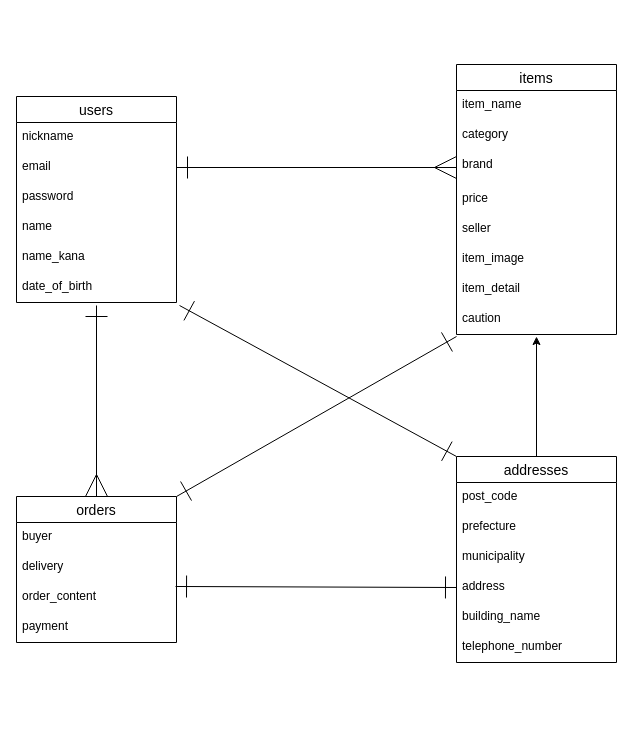
This is furima.dio from yauyouyou/furima-39451, a draw.io file, before an edit. Source tidied: cells renumbered, new cells numbered last; positions are measured from the earlier drawing's top-left corner, leaving out a move shared by most shapes. Both pictures are drawn from the tidied source at 100%, with x=0, y=0 at pixel (16, 64).
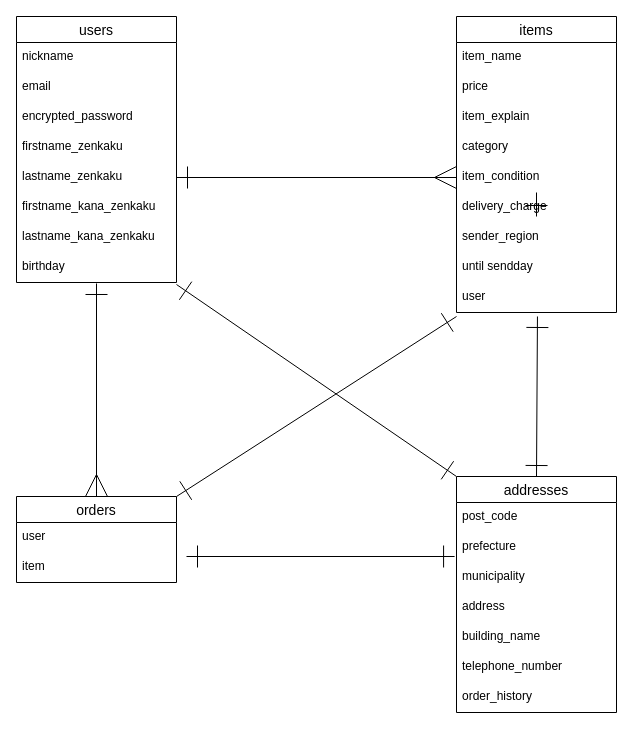
The same page after the edit.

Commit message (it also covers changes not shown here):
データベース設計修正2

The change refers to these unchanged cells:
```xml
<mxCell id="4" value="email" style="text;strokeColor=none;fillColor=none;spacingLeft=4;spacingRight=4;overflow=hidden;points=[[0,0.5],[1,0.5]];portConstraint=eastwest;fontSize=12;" parent="2" vertex="1">
  <mxGeometry y="56" width="160" height="30" as="geometry" />
</mxCell>
<mxCell id="30" value="prefecture" style="text;strokeColor=none;fillColor=none;spacingLeft=4;spacingRight=4;overflow=hidden;points=[[0,0.5],[1,0.5]];portConstraint=eastwest;fontSize=12;" parent="28" vertex="1">
  <mxGeometry y="56" width="160" height="30" as="geometry" />
</mxCell>
<mxCell id="32" value="address" style="text;strokeColor=none;fillColor=none;spacingLeft=4;spacingRight=4;overflow=hidden;points=[[0,0.5],[1,0.5]];portConstraint=eastwest;fontSize=12;" parent="28" vertex="1">
  <mxGeometry y="116" width="160" height="30" as="geometry" />
</mxCell>
```

Diff of the diagram source:
```diff
@@
     <mxCell id="2" value="users" style="swimlane;fontStyle=0;horizontal=1;startSize=26;align=center;fontSize=14;" parent="1" vertex="1">
-      <mxGeometry y="32" width="160" height="206" as="geometry" />
+      <mxGeometry y="-48" width="160" height="266" as="geometry" />
     </mxCell>
@@
-    <mxCell id="5" value="password" style="text;strokeColor=none;fillColor=none;spacingLeft=4;spacingRight=4;overflow=hidden;fontSize=12;" parent="2" vertex="1">
+    <mxCell id="5" value="encrypted_password" style="text;strokeColor=none;fillColor=none;spacingLeft=4;spacingRight=4;overflow=hidden;fontSize=12;" parent="2" vertex="1">
       <mxGeometry y="86" width="160" height="30" as="geometry" />
     </mxCell>
-    <mxCell id="6" value="name" style="text;strokeColor=none;fillColor=none;spacingLeft=4;spacingRight=4;overflow=hidden;fontSize=12;" parent="2" vertex="1">
+    <mxCell id="6" value="firstname_zenkaku" style="text;strokeColor=none;fillColor=none;spacingLeft=4;spacingRight=4;overflow=hidden;fontSize=12;" parent="2" vertex="1">
       <mxGeometry y="116" width="160" height="30" as="geometry" />
     </mxCell>
+    <mxCell id="36" value="lastname_zenkaku" style="text;strokeColor=none;fillColor=none;spacingLeft=4;spacingRight=4;overflow=hidden;points=[[0,0.5],[1,0.5]];portConstraint=eastwest;fontSize=12;" parent="2" vertex="1">
+      <mxGeometry y="146" width="160" height="30" as="geometry" />
+    </mxCell>
+    <mxCell id="37" value="firstname_kana_zenkaku" style="text;strokeColor=none;fillColor=none;spacingLeft=4;spacingRight=4;overflow=hidden;fontSize=12;" parent="2" vertex="1">
+      <mxGeometry y="176" width="160" height="30" as="geometry" />
+    </mxCell>
+    <mxCell id="38" value="lastname_kana_zenkaku" style="text;strokeColor=none;fillColor=none;spacingLeft=4;spacingRight=4;overflow=hidden;fontSize=12;" parent="2" vertex="1">
+      <mxGeometry y="206" width="160" height="30" as="geometry" />
+    </mxCell>
-    <mxCell id="7" value="name_kana" style="text;strokeColor=none;fillColor=none;spacingLeft=4;spacingRight=4;overflow=hidden;points=[[0,0.5],[1,0.5]];portConstraint=eastwest;fontSize=12;" parent="2" vertex="1">
-      <mxGeometry y="146" width="160" height="30" as="geometry" />
+    <mxCell id="7" value="birthday" style="text;strokeColor=none;fillColor=none;spacingLeft=4;spacingRight=4;overflow=hidden;points=[[0,0.5],[1,0.5]];portConstraint=eastwest;fontSize=12;" parent="2" vertex="1">
+      <mxGeometry y="236" width="160" height="30" as="geometry" />
     </mxCell>
-    <mxCell id="8" value="date_of_birth" style="text;strokeColor=none;fillColor=none;spacingLeft=4;spacingRight=4;overflow=hidden;points=[[0,0.5],[1,0.5]];portConstraint=eastwest;fontSize=12;" parent="2" vertex="1">
-      <mxGeometry y="176" width="160" height="30" as="geometry" />
-    </mxCell>
     <mxCell id="9" value="items" style="swimlane;fontStyle=0;horizontal=1;startSize=26;align=center;fontSize=14;" parent="1" vertex="1">
-      <mxGeometry x="440" width="160" height="270" as="geometry" />
+      <mxGeometry x="440" y="-48" width="160" height="296" as="geometry" />
     </mxCell>
@@
+    <mxCell id="13" value="price" style="text;strokeColor=none;fillColor=none;spacingLeft=4;spacingRight=4;overflow=hidden;fontSize=12;" parent="9" vertex="1">
+      <mxGeometry y="56" width="160" height="30" as="geometry" />
+    </mxCell>
+    <mxCell id="16" value="item_explain" style="text;strokeColor=none;fillColor=none;spacingLeft=4;spacingRight=4;overflow=hidden;fontSize=12;" parent="9" vertex="1">
+      <mxGeometry y="86" width="160" height="30" as="geometry" />
+    </mxCell>
     <mxCell id="11" value="category" style="text;strokeColor=none;fillColor=none;spacingLeft=4;spacingRight=4;overflow=hidden;fontSize=12;" parent="9" vertex="1">
-      <mxGeometry y="56" width="160" height="30" as="geometry" />
+      <mxGeometry y="116" width="160" height="30" as="geometry" />
     </mxCell>
-    <mxCell id="12" value="brand" style="text;strokeColor=none;fillColor=none;spacingLeft=4;spacingRight=4;overflow=hidden;points=[[0,0.5],[1,0.5]];portConstraint=eastwest;fontSize=12;" parent="9" vertex="1">
-      <mxGeometry y="86" width="160" height="34" as="geometry" />
-    </mxCell>
-    <mxCell id="13" value="price" style="text;strokeColor=none;fillColor=none;spacingLeft=4;spacingRight=4;overflow=hidden;fontSize=12;" parent="9" vertex="1">
-      <mxGeometry y="120" width="160" height="30" as="geometry" />
-    </mxCell>
+    <mxCell id="17" value="item_condition" style="text;strokeColor=none;fillColor=none;spacingLeft=4;spacingRight=4;overflow=hidden;points=[[0,0.5],[1,0.5]];portConstraint=eastwest;fontSize=12;" parent="9" vertex="1">
+      <mxGeometry y="146" width="160" height="30" as="geometry" />
+    </mxCell>
-    <mxCell id="14" value="seller&#10;" style="text;strokeColor=none;fillColor=none;spacingLeft=4;spacingRight=4;overflow=hidden;points=[[0,0.5],[1,0.5]];portConstraint=eastwest;fontSize=12;" parent="9" vertex="1">
-      <mxGeometry y="150" width="160" height="30" as="geometry" />
+    <mxCell id="14" value="delivery_charge" style="text;strokeColor=none;fillColor=none;spacingLeft=4;spacingRight=4;overflow=hidden;points=[[0,0.5],[1,0.5]];portConstraint=eastwest;fontSize=12;" parent="9" vertex="1">
+      <mxGeometry y="176" width="160" height="30" as="geometry" />
     </mxCell>
-    <mxCell id="15" value="item_image" style="text;strokeColor=none;fillColor=none;spacingLeft=4;spacingRight=4;overflow=hidden;fontSize=12;" parent="9" vertex="1">
-      <mxGeometry y="180" width="160" height="30" as="geometry" />
-    </mxCell>
-    <mxCell id="16" value="item_detail" style="text;strokeColor=none;fillColor=none;spacingLeft=4;spacingRight=4;overflow=hidden;fontSize=12;" parent="9" vertex="1">
-      <mxGeometry y="210" width="160" height="30" as="geometry" />
-    </mxCell>
-    <mxCell id="17" value="caution&#10;" style="text;strokeColor=none;fillColor=none;spacingLeft=4;spacingRight=4;overflow=hidden;points=[[0,0.5],[1,0.5]];portConstraint=eastwest;fontSize=12;" parent="9" vertex="1">
-      <mxGeometry y="240" width="160" height="30" as="geometry" />
-    </mxCell>
-    <mxCell id="18" style="edgeStyle=none;html=1;exitX=0.5;exitY=0;exitDx=0;exitDy=0;entryX=0.5;entryY=1.1;entryDx=0;entryDy=0;entryPerimeter=0;endSize=20;startSize=20;endArrow=ERone;endFill=0;startArrow=ERmany;startFill=0;" parent="1" edge="1" source="20" target="8">
-      <mxGeometry relative="1" as="geometry" />
-    </mxCell>
+    <mxCell id="39" value="sender_region" style="text;strokeColor=none;fillColor=none;spacingLeft=4;spacingRight=4;overflow=hidden;fontSize=12;" parent="9" vertex="1">
+      <mxGeometry y="206" width="160" height="30" as="geometry" />
+    </mxCell>
+    <mxCell id="40" value="until sendday" style="text;strokeColor=none;fillColor=none;spacingLeft=4;spacingRight=4;overflow=hidden;fontSize=12;" parent="9" vertex="1">
+      <mxGeometry y="236" width="160" height="30" as="geometry" />
+    </mxCell>
+    <mxCell id="41" value="user" style="text;strokeColor=none;fillColor=none;spacingLeft=4;spacingRight=4;overflow=hidden;points=[[0,0.5],[1,0.5]];portConstraint=eastwest;fontSize=12;" parent="9" vertex="1">
+      <mxGeometry y="266" width="160" height="30" as="geometry" />
+    </mxCell>
     <mxCell id="19" style="edgeStyle=none;html=1;exitX=1;exitY=0;exitDx=0;exitDy=0;endSize=20;startSize=20;endArrow=ERone;endFill=0;startArrow=ERone;startFill=0;" parent="1" edge="1" source="20">
       <mxGeometry relative="1" as="geometry">
-        <mxPoint x="440" y="272" as="targetPoint" />
+        <mxPoint x="440" y="252" as="targetPoint" />
       </mxGeometry>
     </mxCell>
+    <mxCell id="42" style="edgeStyle=none;jumpSize=6;html=1;exitX=0.5;exitY=0;exitDx=0;exitDy=0;entryX=0.5;entryY=1.033;entryDx=0;entryDy=0;entryPerimeter=0;startArrow=ERmany;startFill=0;endArrow=ERone;endFill=0;startSize=20;endSize=20;" parent="1" edge="1" source="20" target="7">
+      <mxGeometry relative="1" as="geometry" />
+    </mxCell>
     <mxCell id="20" value="orders" style="swimlane;fontStyle=0;horizontal=1;startSize=26;align=center;fontSize=14;" parent="1" vertex="1">
-      <mxGeometry y="432" width="160" height="146" as="geometry" />
+      <mxGeometry y="432" width="160" height="86" as="geometry" />
     </mxCell>
-    <mxCell id="21" value="buyer" style="text;strokeColor=none;fillColor=none;spacingLeft=4;spacingRight=4;overflow=hidden;fontSize=12;" parent="20" vertex="1">
+    <mxCell id="21" value="user" style="text;strokeColor=none;fillColor=none;spacingLeft=4;spacingRight=4;overflow=hidden;fontSize=12;" parent="20" vertex="1">
       <mxGeometry y="26" width="160" height="30" as="geometry" />
     </mxCell>
-    <mxCell id="22" value="delivery" style="text;strokeColor=none;fillColor=none;spacingLeft=4;spacingRight=4;overflow=hidden;fontSize=12;" parent="20" vertex="1">
+    <mxCell id="22" value="item " style="text;strokeColor=none;fillColor=none;spacingLeft=4;spacingRight=4;overflow=hidden;fontSize=12;" parent="20" vertex="1">
       <mxGeometry y="56" width="160" height="30" as="geometry" />
     </mxCell>
-    <mxCell id="23" value="order_content" style="text;strokeColor=none;fillColor=none;spacingLeft=4;spacingRight=4;overflow=hidden;points=[[0,0.5],[1,0.5]];portConstraint=eastwest;fontSize=12;" parent="20" vertex="1">
-      <mxGeometry y="86" width="160" height="30" as="geometry" />
-    </mxCell>
-    <mxCell id="24" value="payment" style="text;strokeColor=none;fillColor=none;spacingLeft=4;spacingRight=4;overflow=hidden;fontSize=12;" parent="20" vertex="1">
-      <mxGeometry y="116" width="160" height="30" as="geometry" />
-    </mxCell>
-    <mxCell id="25" style="edgeStyle=none;html=1;exitX=1;exitY=0.5;exitDx=0;exitDy=0;entryX=0;entryY=0.5;entryDx=0;entryDy=0;endArrow=ERmany;endFill=0;startSize=20;endSize=20;startArrow=ERone;startFill=0;" parent="1" edge="1" source="4" target="12">
-      <mxGeometry relative="1" as="geometry" />
-    </mxCell>
-    <mxCell id="26" style="edgeStyle=none;html=1;exitX=0.5;exitY=0;exitDx=0;exitDy=0;entryX=0.5;entryY=1.067;entryDx=0;entryDy=0;entryPerimeter=0;" parent="1" edge="1" source="28" target="17">
-      <mxGeometry relative="1" as="geometry" />
+    <mxCell id="26" style="edgeStyle=none;html=1;exitX=0.5;exitY=0;exitDx=0;exitDy=0;endArrow=ERone;endFill=0;startArrow=none;startFill=0;jumpSize=6;endSize=20;startSize=20;" parent="1" edge="1" source="14">
+      <mxGeometry relative="1" as="geometry">
+        <mxPoint x="520" y="152" as="targetPoint" />
+      </mxGeometry>
     </mxCell>
-    <mxCell id="27" style="edgeStyle=none;html=1;exitX=0;exitY=0;exitDx=0;exitDy=0;entryX=1.019;entryY=1.1;entryDx=0;entryDy=0;entryPerimeter=0;endSize=20;startSize=20;endArrow=ERone;endFill=0;startArrow=ERone;startFill=0;" parent="1" edge="1" source="28" target="8">
+    <mxCell id="27" style="edgeStyle=none;html=1;exitX=0;exitY=0;exitDx=0;exitDy=0;entryX=1;entryY=1.067;entryDx=0;entryDy=0;entryPerimeter=0;endSize=20;startSize=20;endArrow=ERone;endFill=0;startArrow=ERone;startFill=0;" parent="1" edge="1" source="28" target="7">
       <mxGeometry relative="1" as="geometry" />
     </mxCell>
     <mxCell id="28" value="addresses" style="swimlane;fontStyle=0;horizontal=1;startSize=26;align=center;fontSize=14;" parent="1" vertex="1">
-      <mxGeometry x="440" y="392" width="160" height="206" as="geometry" />
+      <mxGeometry x="440" y="412" width="160" height="236" as="geometry" />
     </mxCell>
@@
+    <mxCell id="43" value="order_history" style="text;strokeColor=none;fillColor=none;spacingLeft=4;spacingRight=4;overflow=hidden;fontSize=12;" parent="28" vertex="1">
+      <mxGeometry y="206" width="160" height="30" as="geometry" />
+    </mxCell>
-    <mxCell id="35" style="edgeStyle=none;html=1;exitX=0;exitY=0.5;exitDx=0;exitDy=0;entryX=0.994;entryY=0.133;entryDx=0;entryDy=0;entryPerimeter=0;endSize=20;startSize=20;endArrow=ERone;endFill=0;startArrow=ERone;startFill=0;" parent="1" edge="1" source="32" target="23">
-      <mxGeometry relative="1" as="geometry" />
+    <mxCell id="35" style="edgeStyle=none;html=1;exitX=-0.012;exitY=0.8;exitDx=0;exitDy=0;endSize=20;startSize=20;endArrow=ERone;endFill=0;startArrow=ERone;startFill=0;exitPerimeter=0;" parent="1" edge="1" source="30">
+      <mxGeometry relative="1" as="geometry">
+        <mxPoint x="170" y="492" as="targetPoint" />
+      </mxGeometry>
     </mxCell>
+    <mxCell id="44" style="edgeStyle=none;jumpSize=6;html=1;exitX=0;exitY=0.5;exitDx=0;exitDy=0;entryX=1;entryY=0.5;entryDx=0;entryDy=0;startArrow=ERmany;startFill=0;endArrow=ERone;endFill=0;startSize=20;endSize=20;" parent="1" edge="1" source="17" target="36">
+      <mxGeometry relative="1" as="geometry" />
+    </mxCell>
+    <mxCell id="45" style="edgeStyle=none;html=1;exitX=0.5;exitY=0;exitDx=0;exitDy=0;endArrow=ERone;endFill=0;startArrow=ERone;startFill=0;jumpSize=6;endSize=20;startSize=20;entryX=0.506;entryY=1.133;entryDx=0;entryDy=0;entryPerimeter=0;" parent="1" edge="1" source="28" target="41">
+      <mxGeometry relative="1" as="geometry" />
+    </mxCell>
```
